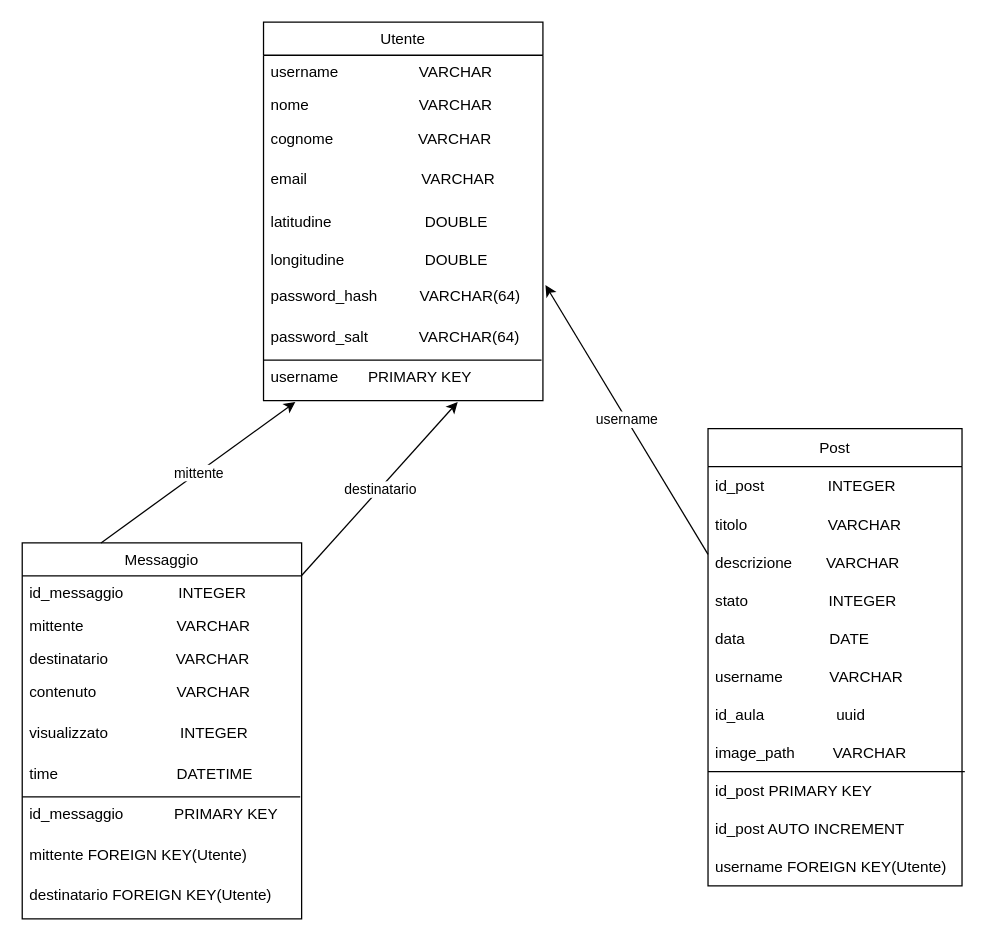
Zanotto-Enrico/fitemsAPI keeps this draw.io diagram as schema.drawio. Above is the earlier version. Source tidied: cells renumbered, new cells numbered last; positions are measured from the earlier drawing's top-left corner, leaving out a move shared by most shapes. Both pictures are drawn from the tidied source at 127%, with x=0, y=0 at pixel (22, 22).
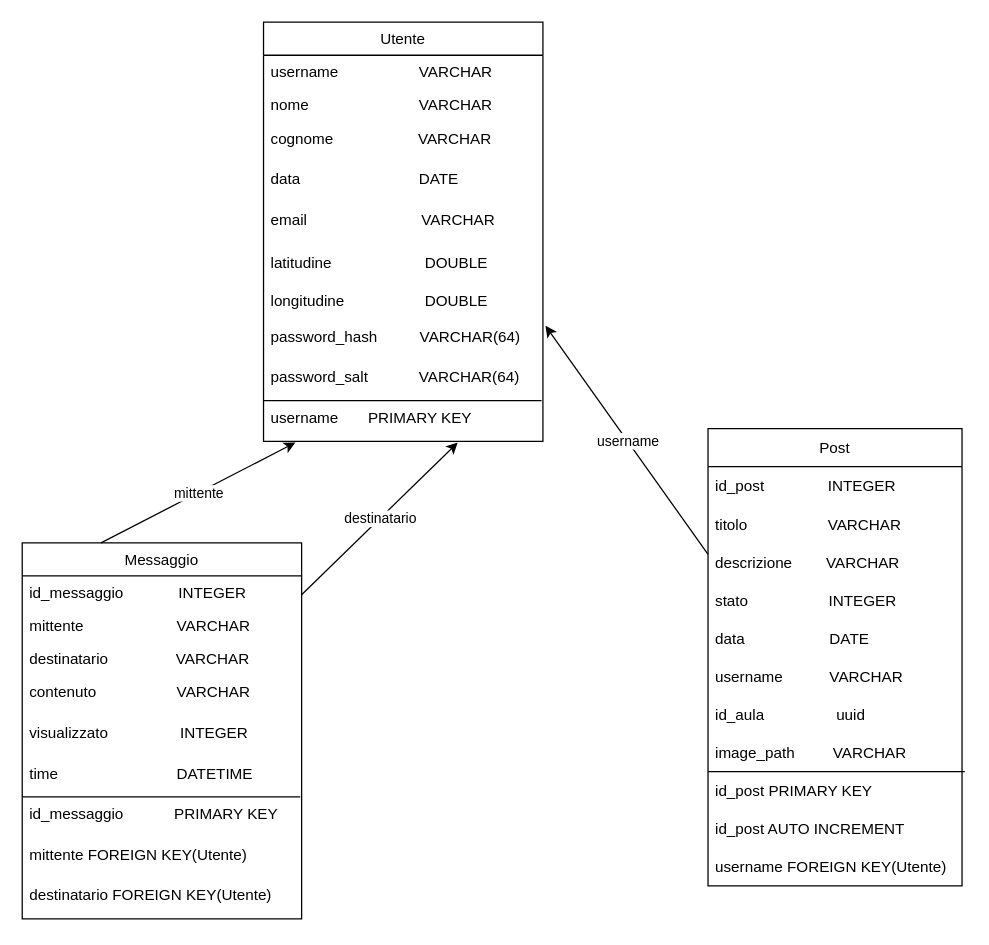
The same diagram, later.

What changed in the source:
```diff
@@
     <mxCell id="15" value="Utente" style="swimlane;fontStyle=0;horizontal=1;startSize=26;fillColor=none;" parent="1" vertex="1">
-      <mxGeometry x="190" width="220" height="298" as="geometry" />
+      <mxGeometry x="190" width="220" height="330" as="geometry" />
     </mxCell>
@@
+    <mxCell id="43" value="data                            DATE" style="text;strokeColor=none;fillColor=none;align=left;verticalAlign=top;spacingLeft=4;spacingRight=4;overflow=hidden;" parent="15" vertex="1">
+      <mxGeometry y="110" width="220" height="32" as="geometry" />
+    </mxCell>
     <mxCell id="19" value="email                           VARCHAR" style="text;strokeColor=none;fillColor=none;align=left;verticalAlign=top;spacingLeft=4;spacingRight=4;overflow=hidden;" parent="15" vertex="1">
-      <mxGeometry y="110" width="220" height="32" as="geometry" />
+      <mxGeometry y="142" width="220" height="32" as="geometry" />
     </mxCell>
     <mxCell id="20" value="latitudine                      DOUBLE" style="text;strokeColor=none;fillColor=none;align=left;verticalAlign=middle;spacingLeft=4;spacingRight=4;overflow=hidden;" parent="15" vertex="1">
-      <mxGeometry y="142" width="220" height="30" as="geometry" />
+      <mxGeometry y="174" width="220" height="30" as="geometry" />
     </mxCell>
     <mxCell id="21" value="longitudine                   DOUBLE" style="text;strokeColor=none;fillColor=none;align=left;verticalAlign=middle;spacingLeft=4;spacingRight=4;overflow=hidden;" parent="15" vertex="1">
-      <mxGeometry y="172" width="220" height="30" as="geometry" />
+      <mxGeometry y="204" width="220" height="30" as="geometry" />
     </mxCell>
     <mxCell id="22" value="password_hash          VARCHAR(64)" style="text;strokeColor=none;fillColor=none;align=left;verticalAlign=top;spacingLeft=4;spacingRight=4;overflow=hidden;points=[[0,0.5],[1,0.5]];portConstraint=eastwest;" parent="15" vertex="1">
-      <mxGeometry y="202" width="220" height="32" as="geometry" />
+      <mxGeometry y="234" width="220" height="32" as="geometry" />
     </mxCell>
     <mxCell id="23" value="password_salt            VARCHAR(64)" style="text;strokeColor=none;fillColor=none;align=left;verticalAlign=top;spacingLeft=4;spacingRight=4;overflow=hidden;" parent="15" vertex="1">
-      <mxGeometry y="234" width="220" height="32" as="geometry" />
+      <mxGeometry y="266" width="220" height="32" as="geometry" />
     </mxCell>
@@
     <mxCell id="25" value="username       PRIMARY KEY" style="text;strokeColor=none;fillColor=none;align=left;verticalAlign=top;spacingLeft=4;spacingRight=4;overflow=hidden;points=[[0,0.5],[1,0.5]];portConstraint=eastwest;" parent="15" vertex="1">
-      <mxGeometry y="266" width="220" height="32" as="geometry" />
+      <mxGeometry y="298" width="220" height="32" as="geometry" />
     </mxCell>
```
